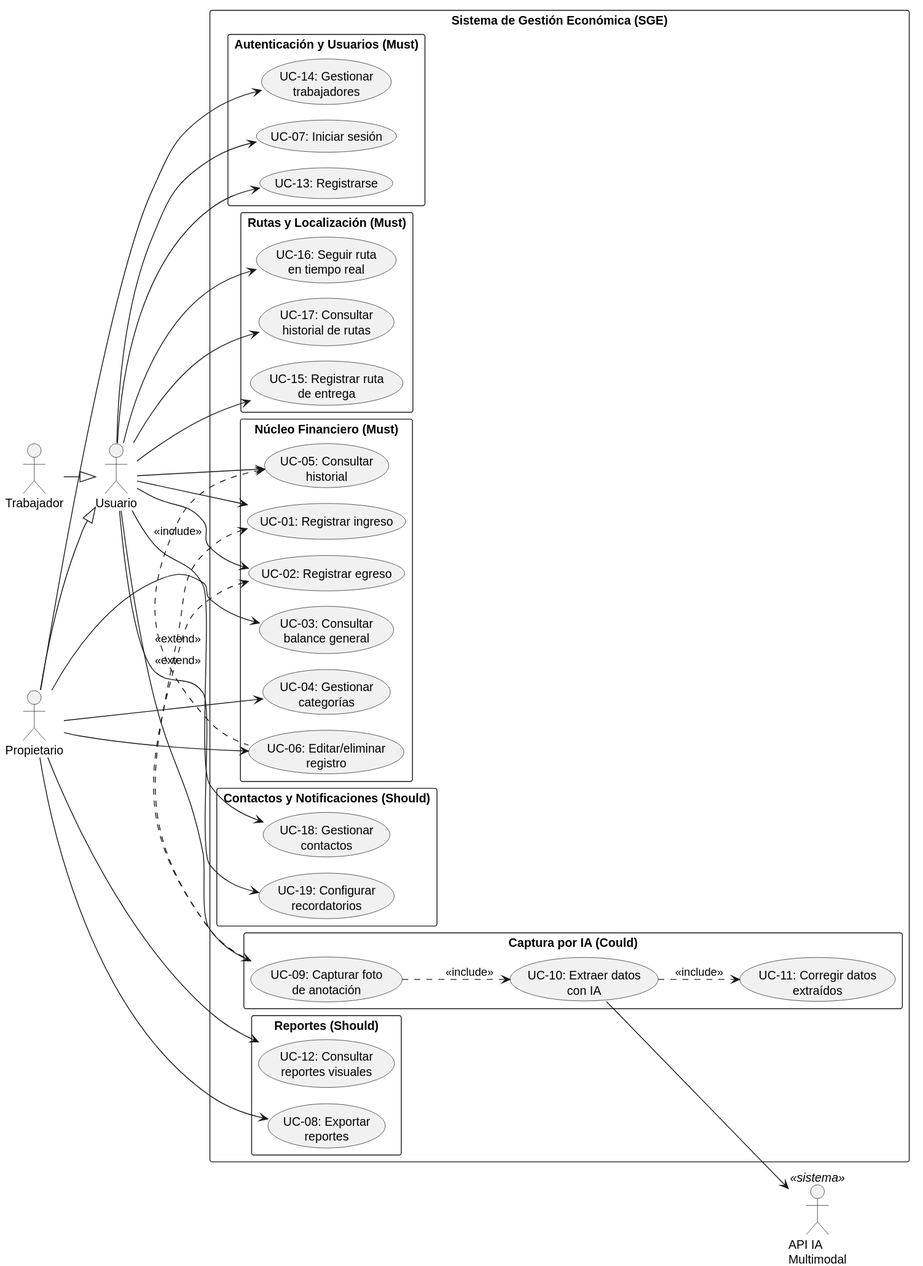
Before: docs/3-casos-uso-uml/assets/diagrama-casos-uso.svg, a diagram exported from PlantUML (PUJ-ICM-1131/SGE).
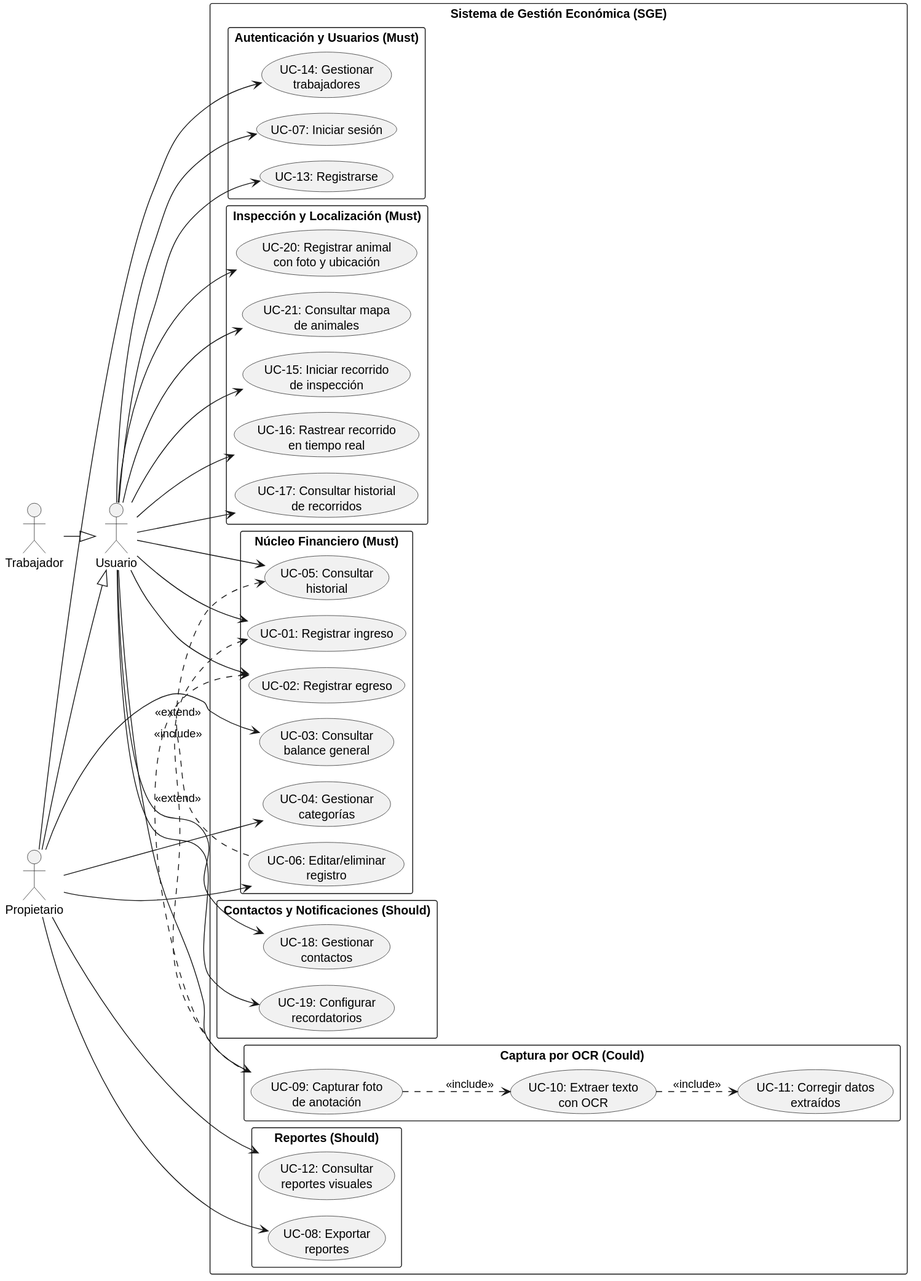
Later version of the same file.

Diff of the diagram source:
```diff
@@ -6,8 +6,6 @@
 actor "Usuario" as user
 actor "Propietario" as owner
 actor "Trabajador" as worker
-actor "API IA\nMultimodal" as api <<sistema>>
-
 owner --|> user
 worker --|> user
 
@@ -28,10 +26,12 @@
     usecase "UC-06: Editar/eliminar\nregistro" as UC06
   }
 
-  package "Rutas y Localización (Must)" {
-    usecase "UC-15: Registrar ruta\nde entrega" as UC15
-    usecase "UC-16: Seguir ruta\nen tiempo real" as UC16
-    usecase "UC-17: Consultar\nhistorial de rutas" as UC17
+  package "Inspección y Localización (Must)" {
+    usecase "UC-15: Iniciar recorrido\nde inspección" as UC15
+    usecase "UC-16: Rastrear recorrido\nen tiempo real" as UC16
+    usecase "UC-17: Consultar historial\nde recorridos" as UC17
+    usecase "UC-20: Registrar animal\ncon foto y ubicación" as UC20
+    usecase "UC-21: Consultar mapa\nde animales" as UC21
   }
 
   package "Reportes (Should)" {
@@ -44,9 +44,9 @@
     usecase "UC-19: Configurar\nrecordatorios" as UC19
   }
 
-  package "Captura por IA (Could)" {
+  package "Captura por OCR (Could)" {
     usecase "UC-09: Capturar foto\nde anotación" as UC09
-    usecase "UC-10: Extraer datos\ncon IA" as UC10
+    usecase "UC-10: Extraer texto\ncon OCR" as UC10
     usecase "UC-11: Corregir datos\nextraídos" as UC11
   }
 }
@@ -60,6 +60,8 @@
 user --> UC15
 user --> UC16
 user --> UC17
+user --> UC20
+user --> UC21
 user --> UC18
 user --> UC19
 
@@ -70,8 +72,6 @@
 owner --> UC12
 owner --> UC14
 
-UC10 --> api
-
 UC06 .left.> UC05 : <<include>>
 UC09 ..> UC10 : <<include>>
 UC10 ..> UC11 : <<include>>
```
